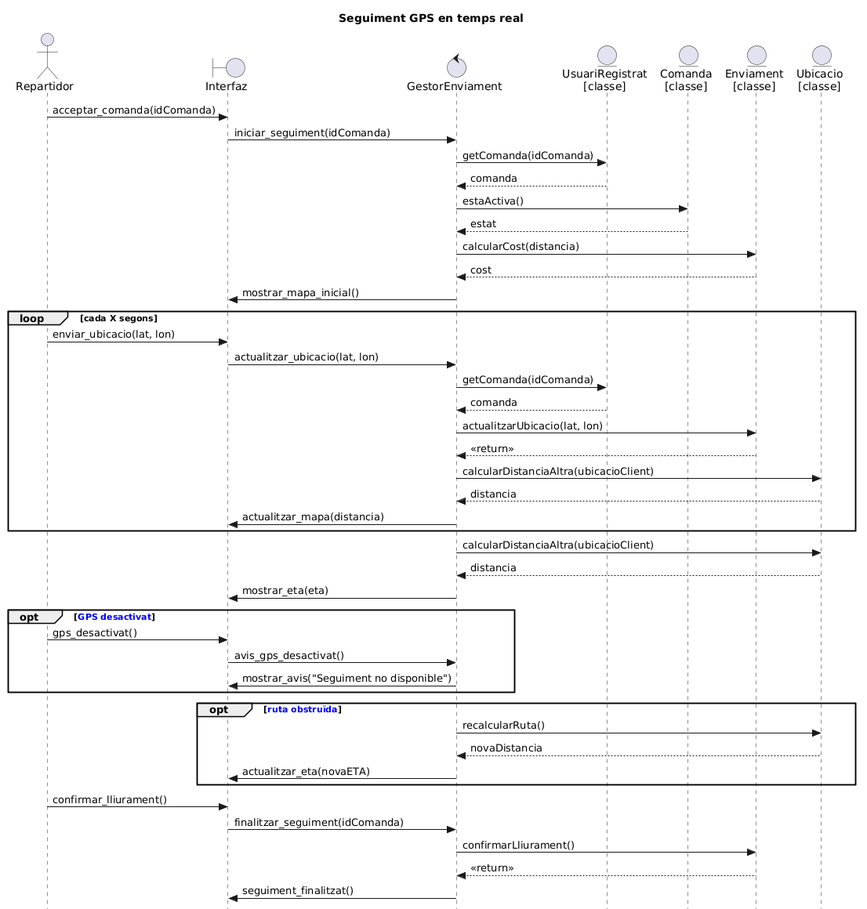
Before: documents/DiagramasDeSquencia/Seguiment GPS en temps real.png, a diagram exported from PlantUML (tyGdev/ES26UAB-451-02).
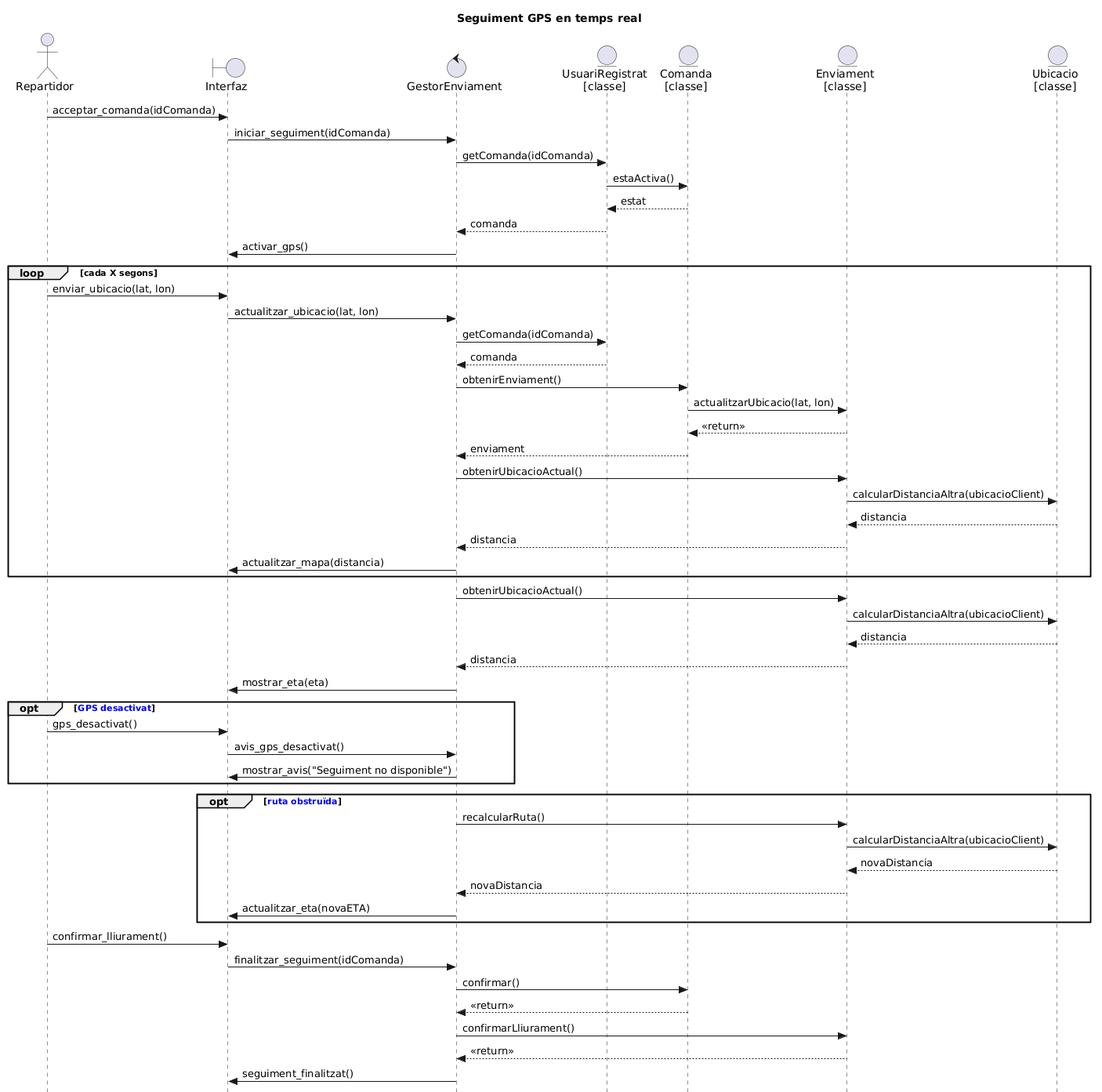
Later version of the same file.

Change to the diagram source:
```diff
@@ -14,15 +14,11 @@
 Interfaz -> GestorEnviament : iniciar_seguiment(idComanda)
 
 GestorEnviament -> UsuariRegistrat : getComanda(idComanda)
+UsuariRegistrat -> Comanda : estaActiva()
+Comanda --> UsuariRegistrat : estat
 UsuariRegistrat --> GestorEnviament : comanda
 
-GestorEnviament -> Comanda : estaActiva()
-Comanda --> GestorEnviament : estat
-
-GestorEnviament -> Enviament : calcularCost(distancia)
-Enviament --> GestorEnviament : cost
-
-GestorEnviament -> Interfaz : mostrar_mapa_inicial()
+GestorEnviament -> Interfaz : activar_gps()
 
 loop cada X segons
     Repartidor -> Interfaz : enviar_ubicacio(lat, lon)
@@ -31,30 +27,37 @@
     GestorEnviament -> UsuariRegistrat : getComanda(idComanda)
     UsuariRegistrat --> GestorEnviament : comanda
 
-    GestorEnviament -> Enviament : actualitzarUbicacio(lat, lon)
-    Enviament --> GestorEnviament : <<return>>
+    GestorEnviament -> Comanda : obtenirEnviament()
+    Comanda -> Enviament : actualitzarUbicacio(lat, lon)
+    Enviament --> Comanda : <<return>>
+    Comanda --> GestorEnviament : enviament
 
-    GestorEnviament -> Ubicacio : calcularDistanciaAltra(ubicacioClient)
-    Ubicacio --> GestorEnviament : distancia
+    GestorEnviament -> Enviament : obtenirUbicacioActual()
+    Enviament -> Ubicacio : calcularDistanciaAltra(ubicacioClient)
+    Ubicacio --> Enviament : distancia
+    Enviament --> GestorEnviament : distancia
 
     GestorEnviament -> Interfaz : actualitzar_mapa(distancia)
 end
 
-GestorEnviament -> Ubicacio : calcularDistanciaAltra(ubicacioClient)
-Ubicacio --> GestorEnviament : distancia
+GestorEnviament -> Enviament : obtenirUbicacioActual()
+Enviament -> Ubicacio : calcularDistanciaAltra(ubicacioClient)
+Ubicacio --> Enviament : distancia
+Enviament --> GestorEnviament : distancia
 
 GestorEnviament -> Interfaz : mostrar_eta(eta)
 
 opt <font color=blue><b>GPS desactivat</b></font>
     Repartidor -> Interfaz : gps_desactivat()
     Interfaz -> GestorEnviament : avis_gps_desactivat()
-
     GestorEnviament -> Interfaz : mostrar_avis("Seguiment no disponible")
 end
 
 opt <font color=blue><b>ruta obstruïda</b></font>
-    GestorEnviament -> Ubicacio : recalcularRuta()
-    Ubicacio --> GestorEnviament : novaDistancia
+    GestorEnviament -> Enviament : recalcularRuta()
+    Enviament -> Ubicacio : calcularDistanciaAltra(ubicacioClient)
+    Ubicacio --> Enviament : novaDistancia
+    Enviament --> GestorEnviament : novaDistancia
 
     GestorEnviament -> Interfaz : actualitzar_eta(novaETA)
 end
@@ -62,6 +65,9 @@
 Repartidor -> Interfaz : confirmar_lliurament()
 Interfaz -> GestorEnviament : finalitzar_seguiment(idComanda)
 
+GestorEnviament -> Comanda : confirmar()
+Comanda --> GestorEnviament : <<return>>
+
 GestorEnviament -> Enviament : confirmarLliurament()
 Enviament --> GestorEnviament : <<return>>
 
```
